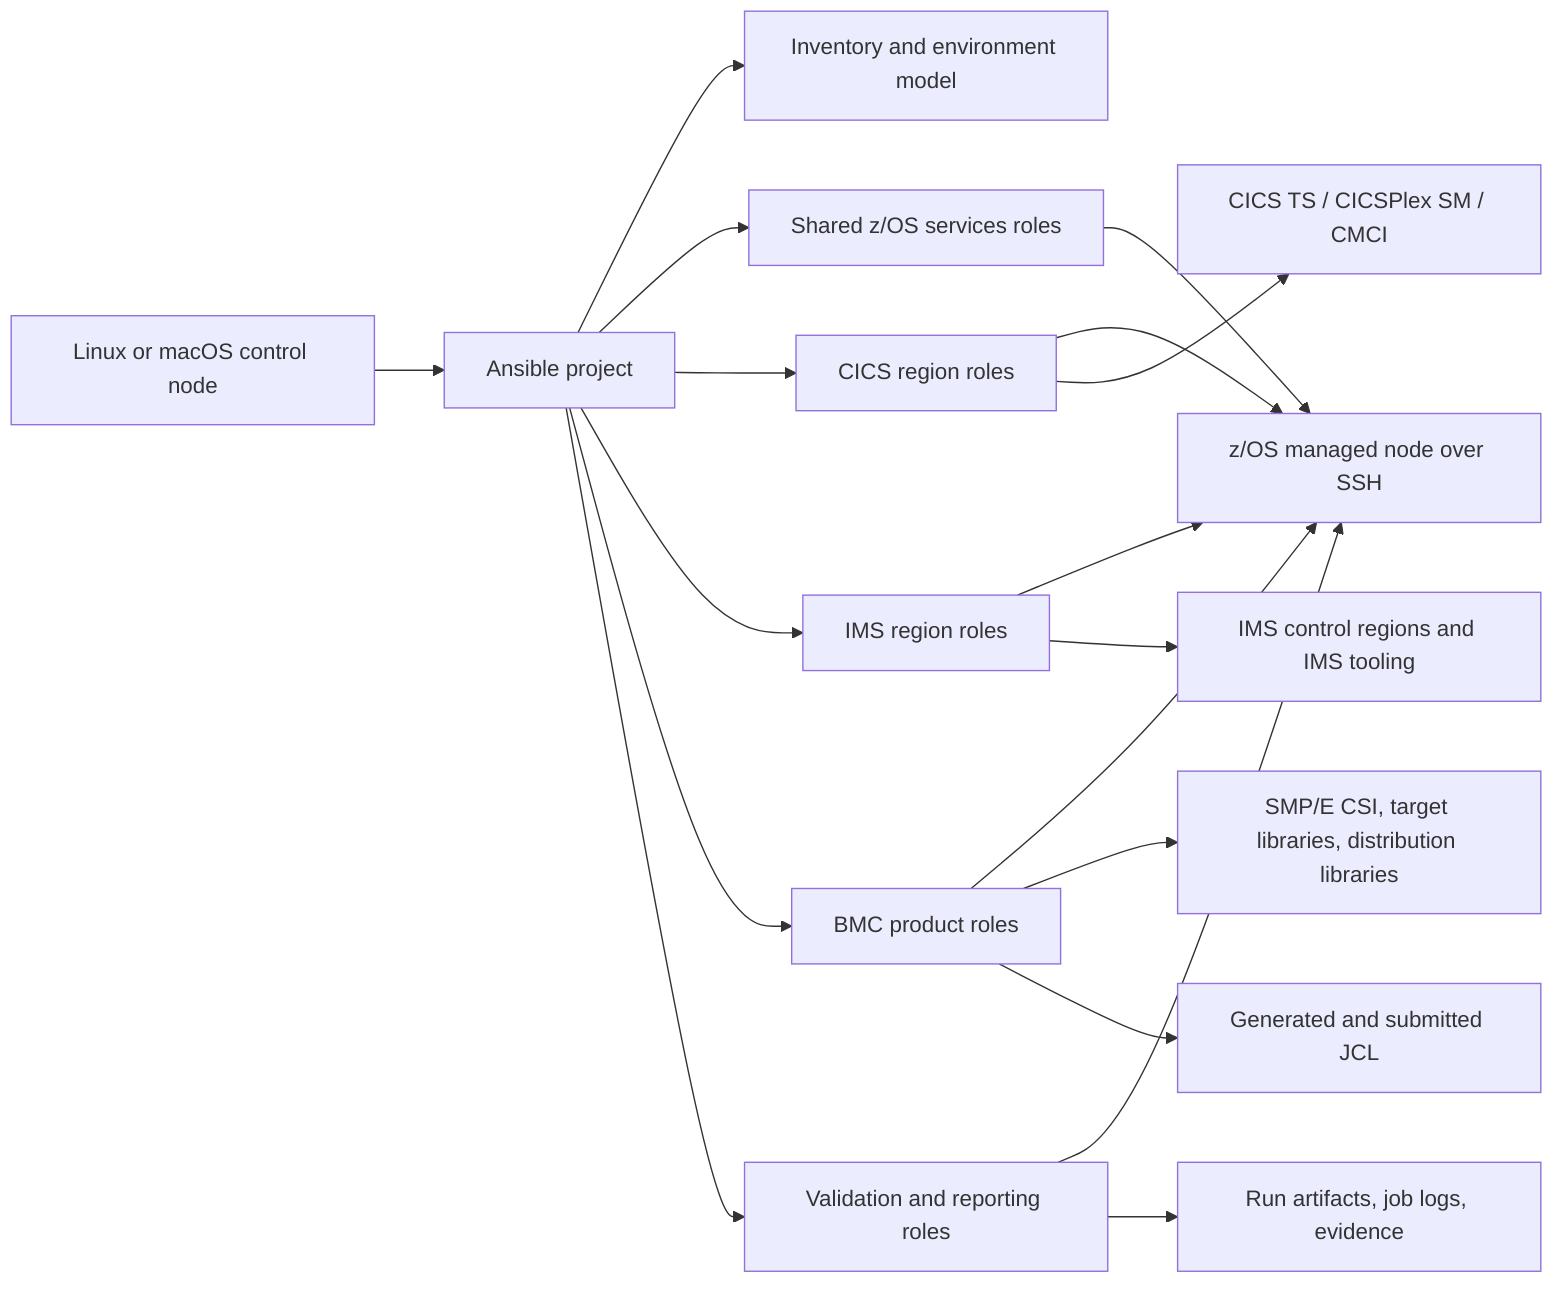
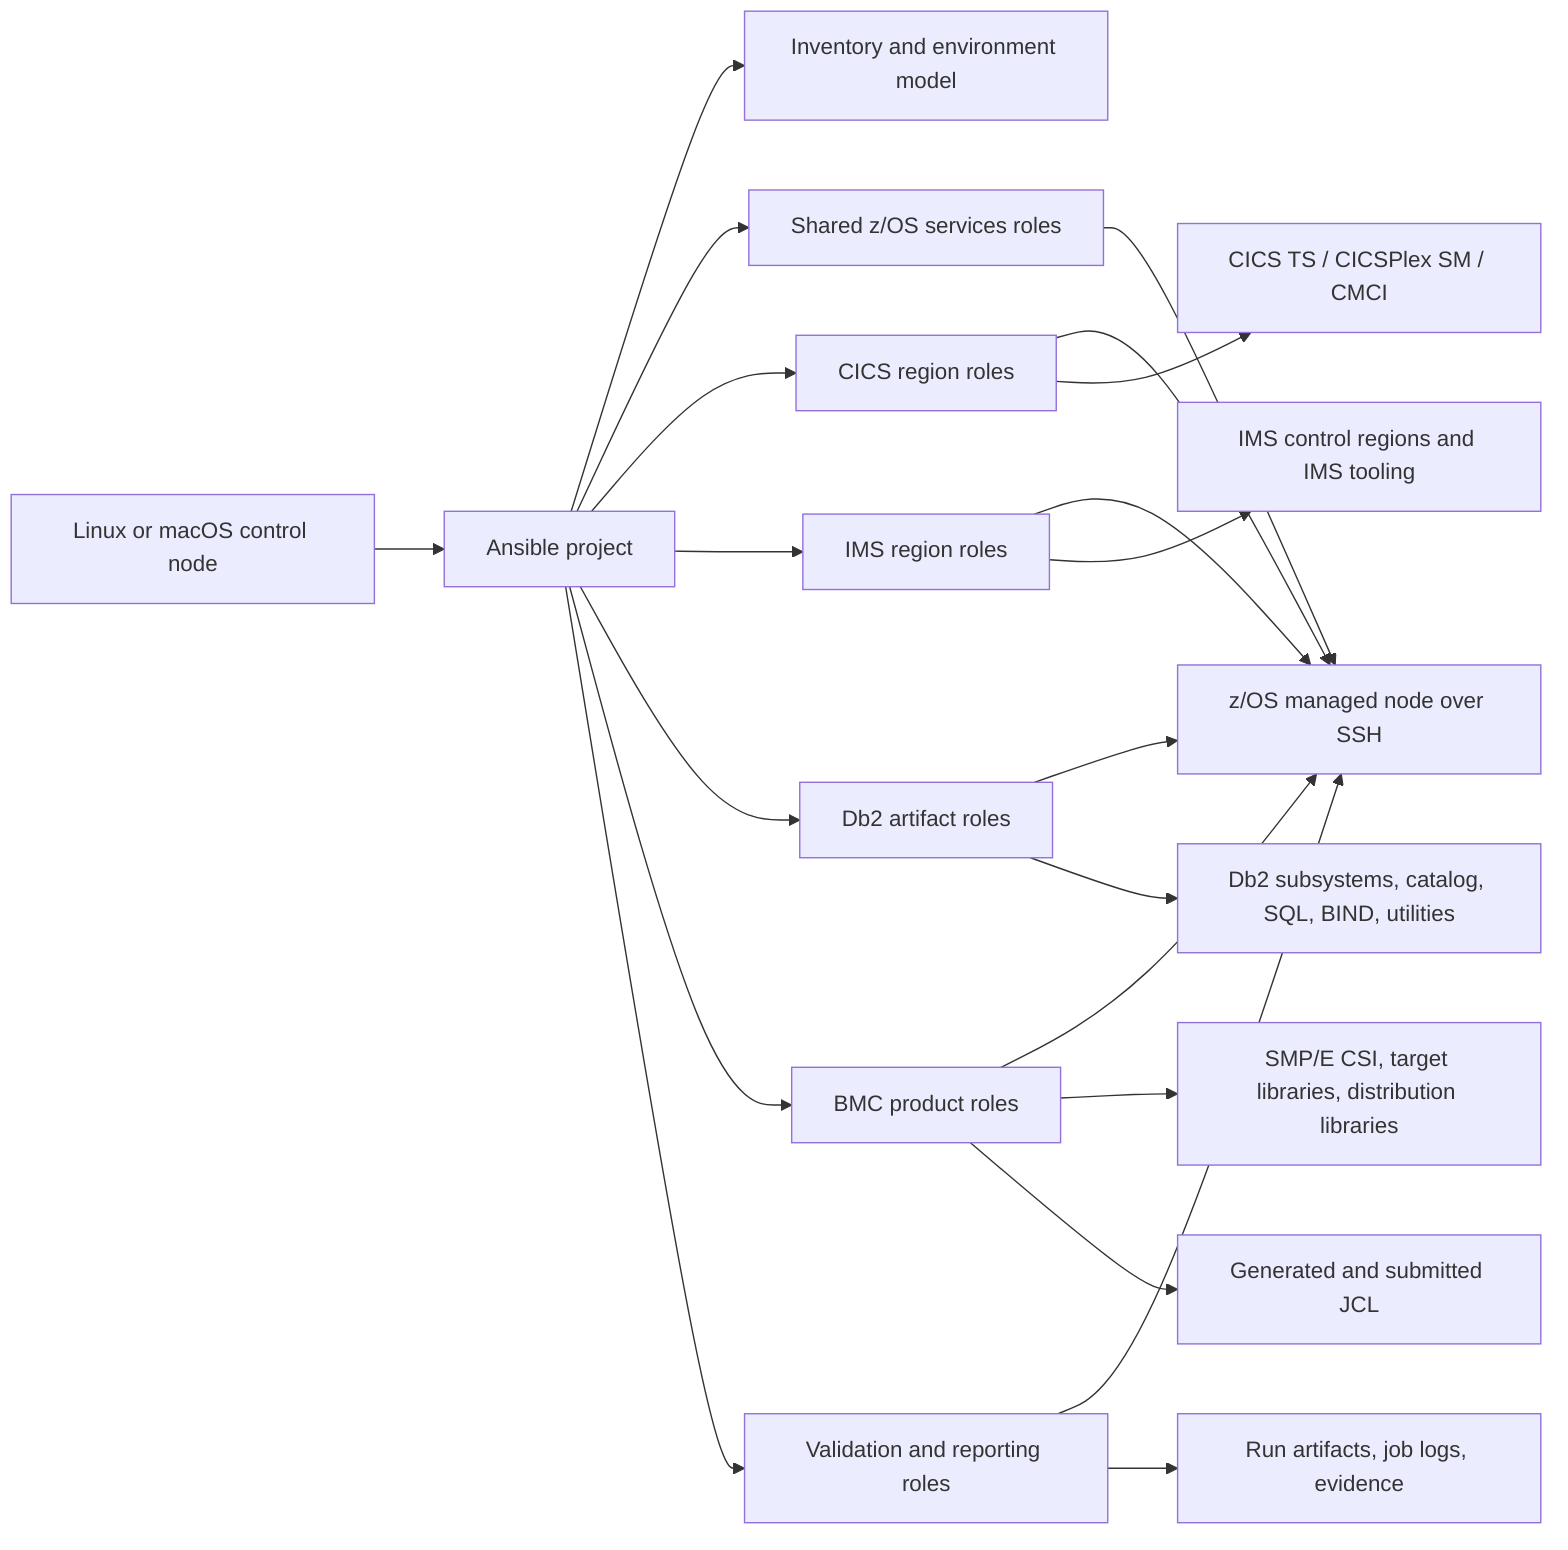
flowchart LR
    A["Linux or macOS control node"] --> B["Ansible project"]
    B --> C["Inventory and environment model"]
    B --> D["Shared z/OS services roles"]
    B --> E["CICS region roles"]
    B --> F["IMS region roles"]
-     B --> G["BMC product roles"]
-     B --> H["Validation and reporting roles"]
+     B --> G["Db2 artifact roles"]
+     B --> H["BMC product roles"]
+     B --> I["Validation and reporting roles"]

    D --> Z["z/OS managed node over SSH"]
    E --> Z
    F --> Z
    G --> Z
    H --> Z
+     I --> Z

    E --> CICS["CICS TS / CICSPlex SM / CMCI"]
    F --> IMS["IMS control regions and IMS tooling"]
-     G --> SMPE["SMP/E CSI, target libraries, distribution libraries"]
-     G --> JCL["Generated and submitted JCL"]
-     H --> ART["Run artifacts, job logs, evidence"]
+     G --> DB2["Db2 subsystems, catalog, SQL, BIND, utilities"]
+     H --> SMPE["SMP/E CSI, target libraries, distribution libraries"]
+     H --> JCL["Generated and submitted JCL"]
+     I --> ART["Run artifacts, job logs, evidence"]
